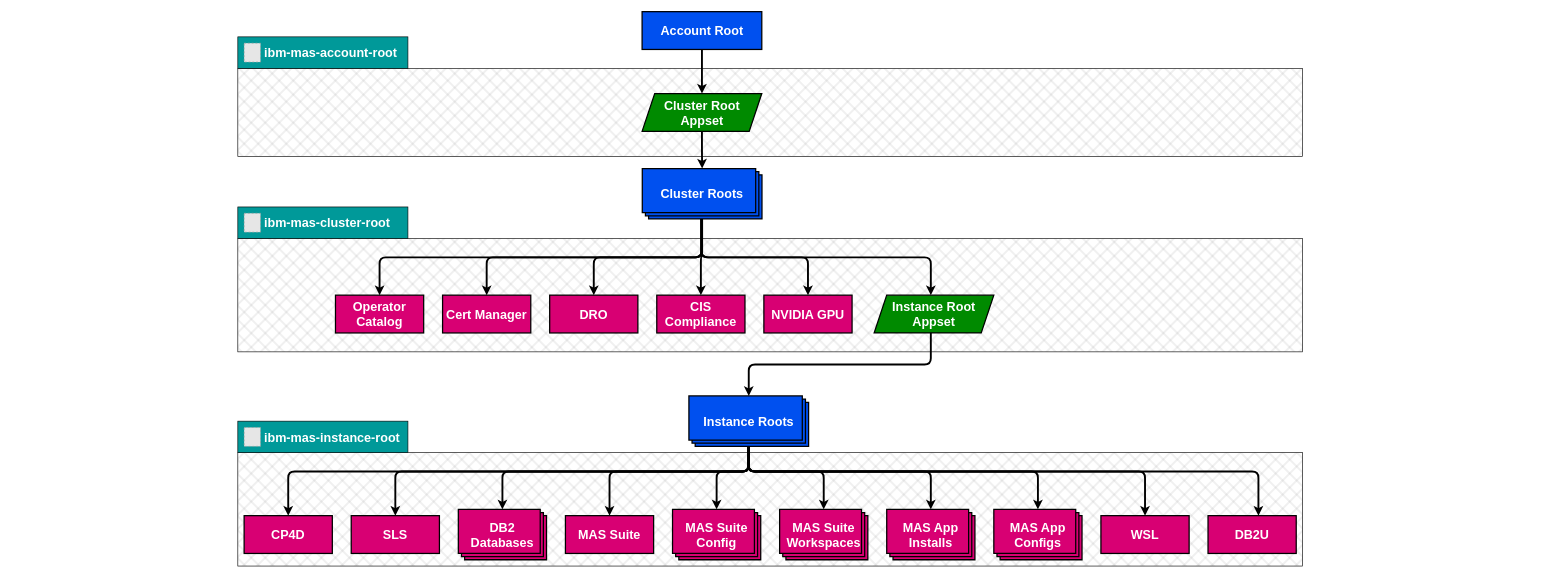
This is docs/drawio/appstructure.drawio from ibm-mas/gitops, a draw.io file, before an edit. Source tidied: cells renumbered, new cells numbered last; positions are measured from the earlier drawing's top-left corner, leaving out a move shared by most shapes. Both pictures are drawn from the tidied source at 63%, with x=0, y=0 at pixel (238, 11). Pictures stored in the file or linked from it are replaced by grey dashed boxes.
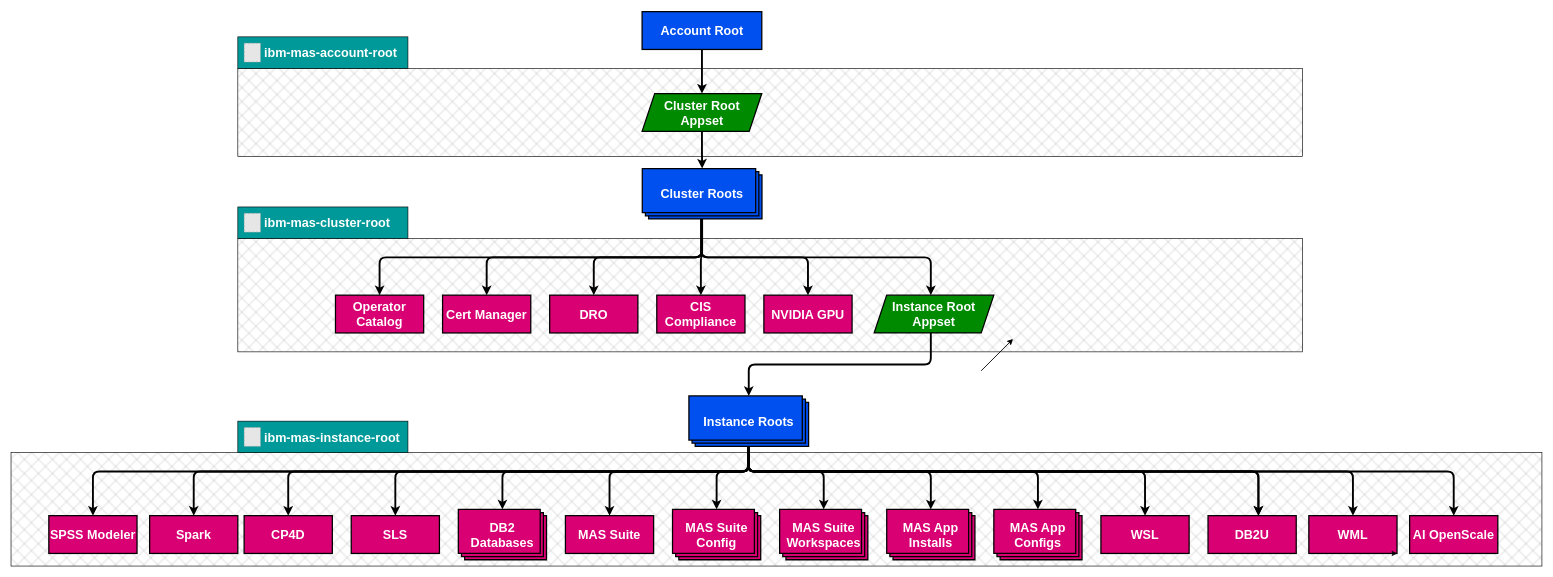
The same diagram, later.

Commit message (it also covers changes not shown here):
[minor] [MASCORE-1290] update diagram with chart + config file list updated

Change to the diagram source:
```diff
@@
     <mxCell id="2" style="rounded=0;whiteSpace=wrap;html=1;strokeColor=#000000;strokeWidth=1;fontSize=20;fillColor=#9C9C9C;fillStyle=cross-hatch;" parent="1" vertex="1">
-      <mxGeometry y="700" width="1690" height="180" as="geometry" />
+      <mxGeometry x="-360" y="700" width="2430" height="180" as="geometry" />
     </mxCell>
@@
+    <mxCell id="51" value="WML" style="rounded=0;whiteSpace=wrap;html=1;fillColor=#d80073;strokeColor=#000000;fontColor=#ffffff;fontStyle=1;fontSize=20;strokeWidth=2;align=center;spacing=0;" parent="1" vertex="1">
+      <mxGeometry x="1700" y="800" width="140" height="60" as="geometry" />
+    </mxCell>
+    <mxCell id="52" value="AI OpenScale" style="rounded=0;whiteSpace=wrap;html=1;fillColor=#d80073;strokeColor=#000000;fontColor=#ffffff;fontStyle=1;fontSize=20;strokeWidth=2;align=center;spacing=0;" parent="1" vertex="1">
+      <mxGeometry x="1860" y="800" width="140" height="60" as="geometry" />
+    </mxCell>
+    <mxCell id="53" style="endArrow=classic;html=1;" parent="1" edge="1">
+      <mxGeometry relative="1" as="geometry">
+        <mxPoint x="1180" y="570" as="sourcePoint" />
+        <mxPoint x="1230" y="520" as="targetPoint" />
+      </mxGeometry>
+    </mxCell>
+    <mxCell id="54" style="endArrow=classic;html=1;" parent="1" edge="1">
+      <mxGeometry relative="1" as="geometry">
+        <mxPoint x="1180" y="570" as="sourcePoint" />
+        <mxPoint x="1230" y="520" as="targetPoint" />
+      </mxGeometry>
+    </mxCell>
+    <mxCell id="55" style="edgeStyle=orthogonalEdgeStyle;html=1;strokeColor=#000000;strokeWidth=3;fontSize=20;orthogonal=1;" parent="1" edge="1">
+      <mxGeometry relative="1" as="geometry">
+        <mxPoint x="810" y="690" as="sourcePoint" />
+        <mxPoint x="1620" y="800" as="targetPoint" />
+        <Array as="points">
+          <mxPoint x="810" y="730" />
+          <mxPoint x="1620" y="730" />
+        </Array>
+      </mxGeometry>
+    </mxCell>
+    <mxCell id="56" style="edgeStyle=orthogonalEdgeStyle;html=1;strokeColor=#000000;strokeWidth=3;fontSize=20;orthogonal=1;" parent="1" edge="1">
+      <mxGeometry relative="1" as="geometry">
+        <mxPoint x="810" y="710" as="sourcePoint" />
+        <mxPoint x="1770" y="800" as="targetPoint" />
+        <Array as="points">
+          <mxPoint x="810" y="690" />
+          <mxPoint x="810" y="730" />
+          <mxPoint x="1770" y="730" />
+        </Array>
+      </mxGeometry>
+    </mxCell>
+    <mxCell id="57" style="edgeStyle=none;html=1;exitX=0.5;exitY=1;exitDx=0;exitDy=0;entryX=1;entryY=1;entryDx=0;entryDy=0;" parent="1" edge="1" source="51" target="51">
+      <mxGeometry relative="1" as="geometry" />
+    </mxCell>
+    <mxCell id="58" style="edgeStyle=orthogonalEdgeStyle;html=1;strokeColor=#000000;strokeWidth=3;fontSize=20;orthogonal=1;" parent="1" edge="1">
+      <mxGeometry relative="1" as="geometry">
+        <mxPoint x="810" y="690" as="sourcePoint" />
+        <mxPoint x="1930" y="800" as="targetPoint" />
+        <Array as="points">
+          <mxPoint x="810" y="730" />
+          <mxPoint x="1930" y="730" />
+        </Array>
+      </mxGeometry>
+    </mxCell>
+    <mxCell id="59" value="Spark" style="rounded=0;whiteSpace=wrap;html=1;fillColor=#d80073;strokeColor=#000000;fontColor=#ffffff;fontStyle=1;fontSize=20;strokeWidth=2;align=center;spacing=0;" parent="1" vertex="1">
+      <mxGeometry x="-140" y="800" width="140" height="60" as="geometry" />
+    </mxCell>
+    <mxCell id="60" value="SPSS Modeler" style="rounded=0;whiteSpace=wrap;html=1;fillColor=#d80073;strokeColor=#000000;fontColor=#ffffff;fontStyle=1;fontSize=20;strokeWidth=2;align=center;spacing=0;" parent="1" vertex="1">
+      <mxGeometry x="-300" y="800" width="140" height="60" as="geometry" />
+    </mxCell>
+    <mxCell id="61" style="edgeStyle=orthogonalEdgeStyle;html=1;strokeWidth=3;orthogonal=1;strokeColor=#000000;" parent="1" edge="1">
+      <mxGeometry relative="1" as="geometry">
+        <mxPoint x="810" y="690" as="sourcePoint" />
+        <mxPoint x="-230" y="800" as="targetPoint" />
+        <Array as="points">
+          <mxPoint x="810" y="690" />
+          <mxPoint x="810" y="730" />
+          <mxPoint x="-230" y="730" />
+        </Array>
+      </mxGeometry>
+    </mxCell>
+    <mxCell id="62" style="edgeStyle=orthogonalEdgeStyle;html=1;strokeWidth=3;orthogonal=1;strokeColor=#000000;" parent="1" edge="1">
+      <mxGeometry relative="1" as="geometry">
+        <mxPoint x="810" y="700" as="sourcePoint" />
+        <mxPoint x="-70" y="800" as="targetPoint" />
+        <Array as="points">
+          <mxPoint x="810" y="690" />
+          <mxPoint x="810" y="730" />
+          <mxPoint x="-70" y="730" />
+        </Array>
+      </mxGeometry>
+    </mxCell>
```
